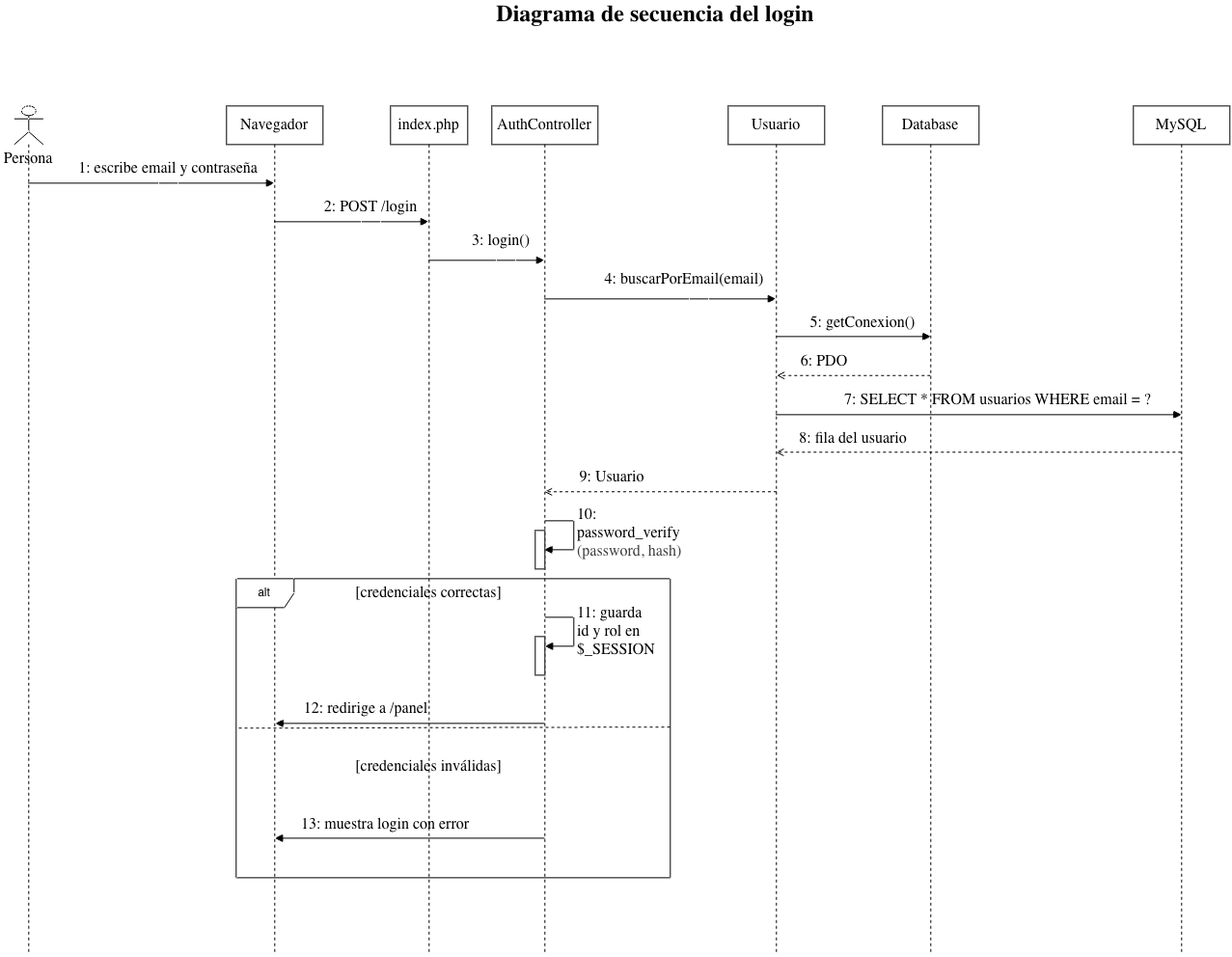
Above: doc/diagramas/06_secuencia_login.drawio.png in 202312505e-sys/liga-basquetball (draw.io), before the change. Source tidied: cells renumbered, new cells last; positions are measured from the earlier drawing's top-left corner, leaving out a move shared by most shapes.
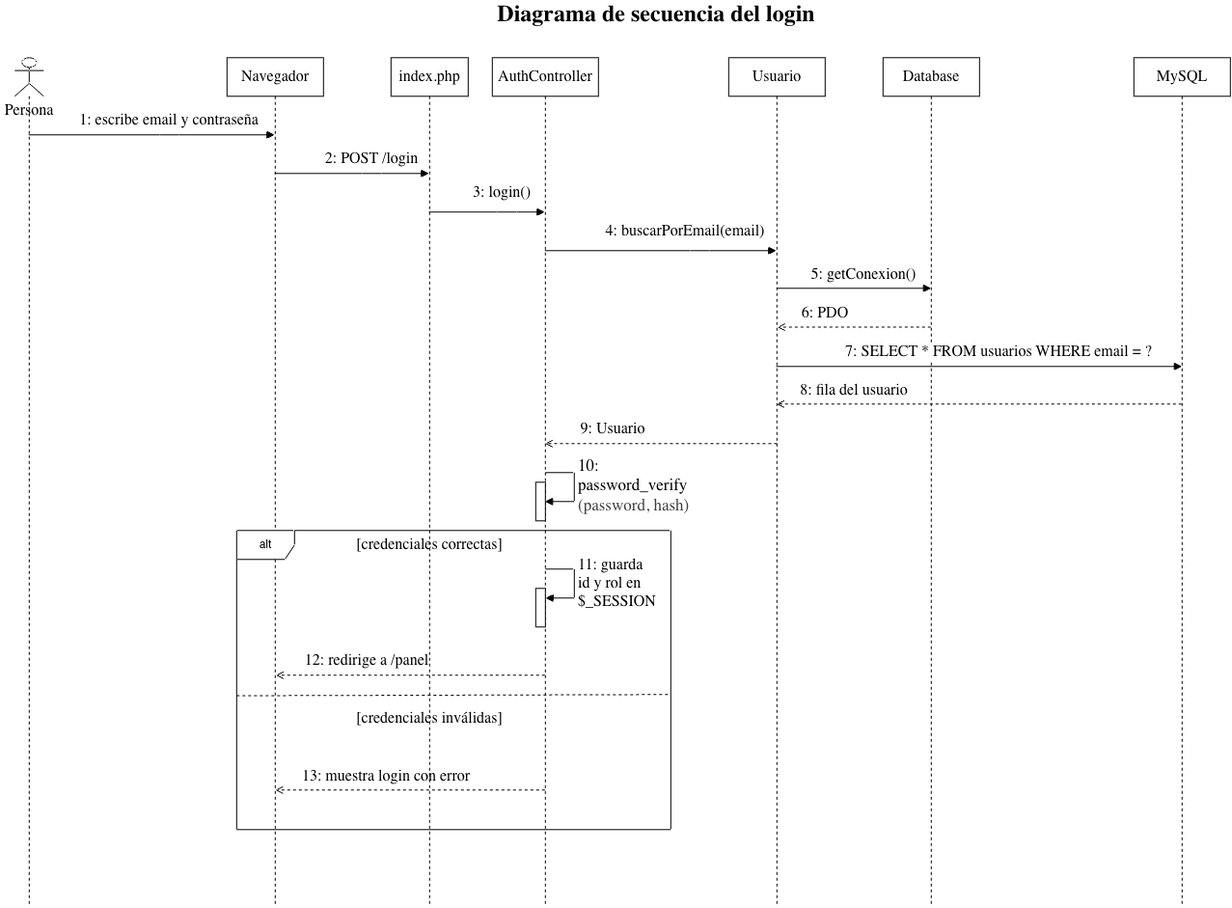
After the commit.

Commit message:
Corrige diagrama de secuencia del login

The edit, as a diff of the source:
```diff
@@ -51,7 +51,7 @@
     <mxCell id="12" style="html=1;perimeter=orthogonalPerimeter;targetShapes=umlLifeline;newEdgeStyle={&quot;edgeStyle&quot;:&quot;sequenceEdgeStyle&quot;,&quot;libavoidRouting&quot;:0,&quot;curved&quot;:0,&quot;rounded&quot;:0};" parent="11" vertex="1">
       <mxGeometry x="45" y="440" width="10" height="40" as="geometry" />
     </mxCell>
-    <mxCell id="13" value="&lt;span style=&quot;scrollbar-color: rgba(168, 169, 170, 0.52) rgb(18, 19, 20); white-space: normal; caret-color: rgb(0, 0, 0); font-family: -webkit-standard; font-size: medium; color: rgb(0, 0, 0);&quot;&gt;10: password_verify&amp;nbsp;&lt;/span&gt;&lt;div&gt;&lt;span style=&quot;color: rgb(63, 63, 63); scrollbar-color: rgba(168, 169, 170, 0.52) rgb(18, 19, 20); white-space: normal; font-family: -webkit-standard; font-size: medium; caret-color: light-dark(rgb(0, 0, 0), rgb(237, 237, 237));&quot;&gt;(password, hash)&lt;/span&gt;&lt;/div&gt;" style="html=1;align=left;spacingLeft=2;endArrow=block;edgeStyle=sequenceEdgeStyle;libavoidRouting=0;curved=0;rounded=0;" parent="11" edge="1" target="11">
+    <mxCell id="13" value="&lt;span style=&quot;scrollbar-color: rgba(168, 169, 170, 0.52) rgb(18, 19, 20); white-space: normal; caret-color: rgb(0, 0, 0); font-family: -webkit-standard; color: rgb(0, 0, 0);&quot;&gt;&lt;font style=&quot;font-size: 17px;&quot;&gt;10: password_verify&amp;nbsp;&lt;/font&gt;&lt;/span&gt;&lt;div&gt;&lt;span style=&quot;color: rgb(63, 63, 63); scrollbar-color: rgba(168, 169, 170, 0.52) rgb(18, 19, 20); white-space: normal; font-family: -webkit-standard; caret-color: light-dark(rgb(0, 0, 0), rgb(237, 237, 237));&quot;&gt;&lt;font style=&quot;font-size: 17px;&quot;&gt;(password, hash)&lt;/font&gt;&lt;/span&gt;&lt;/div&gt;" style="html=1;align=left;spacingLeft=2;endArrow=block;edgeStyle=sequenceEdgeStyle;libavoidRouting=0;curved=0;rounded=0;" parent="11" edge="1" target="11">
       <mxGeometry x="-0.06" relative="1" as="geometry">
         <mxPoint x="55" y="430" as="sourcePoint" />
         <Array as="points">
@@ -102,7 +102,7 @@
         </Array>
       </mxGeometry>
     </mxCell>
-    <mxCell id="25" value="&lt;span style=&quot;caret-color: rgb(0, 0, 0); color: rgb(0, 0, 0); font-family: -webkit-standard; font-size: medium; text-align: start;&quot;&gt;7: SELECT * FROM usuarios WHERE email = ?&lt;/span&gt;" style="text;html=1;whiteSpace=wrap;strokeColor=none;fillColor=none;align=center;verticalAlign=middle;rounded=0;" parent="1" vertex="1">
+    <mxCell id="25" value="&lt;span style=&quot;caret-color: rgb(0, 0, 0); color: rgb(0, 0, 0); font-family: -webkit-standard; font-size: medium; text-align: start;&quot;&gt;7: SELECT * FROM usuarios WHERE email = ?&lt;/span&gt;" style="text;html=1;whiteSpace=wrap;strokeColor=none;fillColor=none;align=center;verticalAlign=middle;rounded=0;labelBackgroundColor=default;" parent="1" vertex="1">
       <mxGeometry x="865" y="400" width="340" height="30" as="geometry" />
     </mxCell>
     <mxCell id="26" style="html=1;endArrow=open;endFill=0;dashed=1;" parent="1" edge="1">
@@ -131,8 +131,11 @@
     <mxCell id="32" value="&lt;span style=&quot;caret-color: rgb(0, 0, 0); color: rgb(0, 0, 0); font-family: -webkit-standard; font-size: medium; text-align: start;&quot;&gt;13: muestra login con error&lt;/span&gt;" style="text;html=1;whiteSpace=wrap;strokeColor=none;fillColor=none;align=center;verticalAlign=middle;rounded=0;" parent="1" vertex="1">
       <mxGeometry x="305" y="840" width="190" height="30" as="geometry" />
     </mxCell>
-    <mxCell id="33" style="endArrow=none;dashed=1;html=1;entryX=1.006;entryY=0.496;entryDx=0;entryDy=0;entryPerimeter=0;exitX=0.006;exitY=0.5;exitDx=0;exitDy=0;exitPerimeter=0;" parent="1" edge="1" source="30" target="30">
-      <mxGeometry relative="1" as="geometry" />
+    <mxCell id="33" style="endArrow=none;dashed=1;html=1;entryX=1.006;entryY=0.496;entryDx=0;entryDy=0;entryPerimeter=0;exitX=0.006;exitY=0.5;exitDx=0;exitDy=0;exitPerimeter=0;" parent="1" edge="1">
+      <mxGeometry relative="1" as="geometry">
+        <mxPoint x="245" y="771.2" as="sourcePoint" />
+        <mxPoint x="695" y="770" as="targetPoint" />
+      </mxGeometry>
     </mxCell>
     <mxCell id="34" value="&lt;span style=&quot;caret-color: rgb(0, 0, 0); color: rgb(0, 0, 0); font-family: -webkit-standard; font-size: medium; text-align: start;&quot;&gt;[credenciales correctas]&lt;/span&gt;" style="text;html=1;whiteSpace=wrap;strokeColor=none;fillColor=none;align=center;verticalAlign=middle;rounded=0;" parent="1" vertex="1">
       <mxGeometry x="360" y="600" width="170" height="30" as="geometry" />
@@ -144,7 +147,7 @@
       <mxGeometry y="150" width="60" height="30" as="geometry" />
     </mxCell>
     <mxCell id="37" value="&lt;span style=&quot;caret-color: rgb(0, 0, 0); color: rgb(0, 0, 0); font-family: -webkit-standard; text-align: start;&quot;&gt;&lt;b style=&quot;&quot;&gt;&lt;font style=&quot;font-size: 24px;&quot;&gt;Diagrama de secuencia del login&lt;/font&gt;&lt;/b&gt;&lt;/span&gt;" style="text;html=1;whiteSpace=wrap;strokeColor=none;fillColor=none;align=center;verticalAlign=middle;rounded=0;" parent="1" vertex="1">
-      <mxGeometry x="465" width="430" height="30" as="geometry" />
+      <mxGeometry x="465" y="50" width="430" height="30" as="geometry" />
     </mxCell>
     <mxCell id="38" value="&lt;span style=&quot;color: rgb(0, 0, 0); font-family: -webkit-standard; font-size: medium; caret-color: rgb(0, 0, 0); white-space: normal; background-color: rgb(255, 255, 255);&quot;&gt;11: guarda id y rol en $_SESSION&lt;/span&gt;" style="html=1;align=left;spacingLeft=2;endArrow=block;edgeStyle=sequenceEdgeStyle;libavoidRouting=0;curved=0;rounded=0;" parent="1" edge="1" target="14">
       <mxGeometry relative="1" as="geometry">
@@ -155,12 +158,12 @@
         </Array>
       </mxGeometry>
     </mxCell>
-    <mxCell id="39" style="html=1;endArrow=block;endFill=1;entryX=0.5;entryY=0.889;entryDx=0;entryDy=0;entryPerimeter=0;" parent="1" edge="1" source="11">
+    <mxCell id="39" style="html=1;endArrow=open;endFill=0;dashed=1;" parent="1" edge="1" source="11">
       <mxGeometry relative="1" as="geometry">
         <mxPoint x="285.5" y="750" as="targetPoint" />
       </mxGeometry>
     </mxCell>
-    <mxCell id="40" style="html=1;endArrow=block;endFill=1;entryX=0.5;entryY=0.889;entryDx=0;entryDy=0;entryPerimeter=0;" parent="1" edge="1" source="11">
+    <mxCell id="40" style="html=1;endArrow=open;endFill=0;dashed=1;" parent="1" edge="1" source="11">
       <mxGeometry relative="1" as="geometry">
         <mxPoint x="285" y="869" as="targetPoint" />
       </mxGeometry>
```
